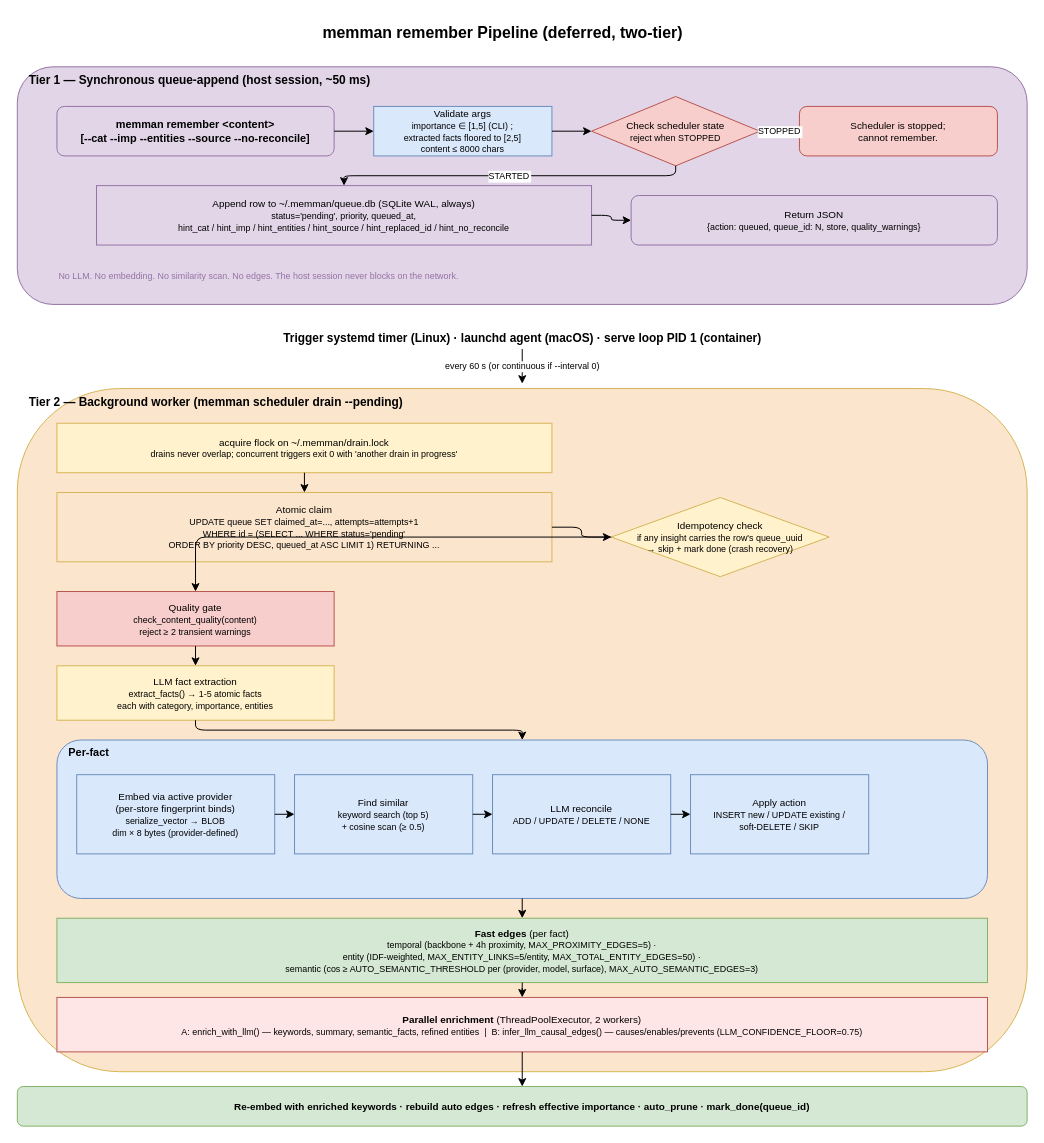
The draw.io diagram docs/diagrams/02-remember-pipeline.drawio in bissli/memman, before the edit. Source tidied: cells renumbered, new cells numbered last; positions are measured from the earlier drawing's top-left corner, leaving out a move shared by most shapes. Both pictures are drawn from the tidied source at 99%, with x=0, y=0 at pixel (17, 17).
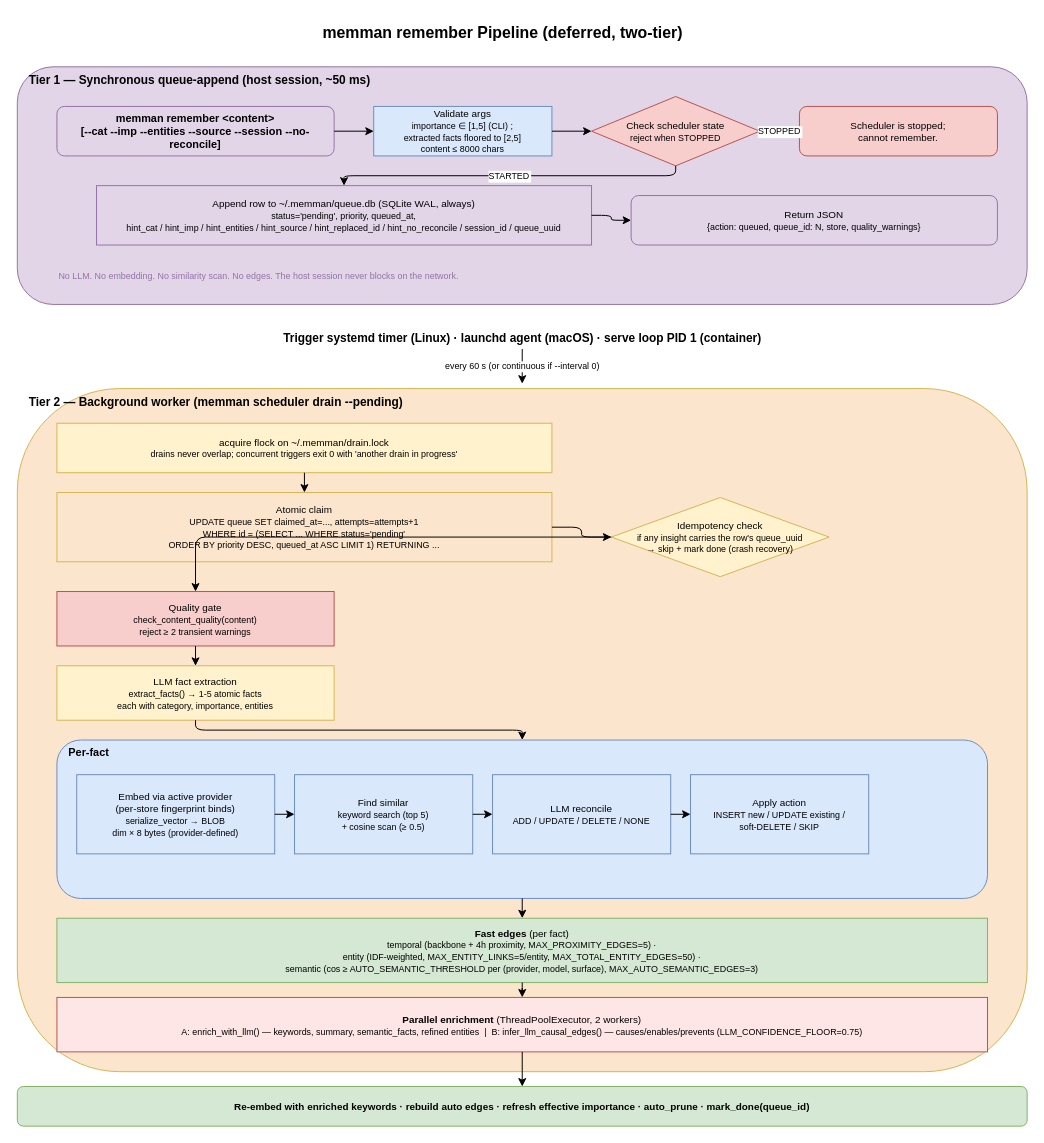
Above is the later version.

Diff of the diagram source:
```diff
@@
-    <mxCell id="4" value="memman remember &amp;lt;content&amp;gt;&lt;br&gt;[--cat --imp --entities --source --no-reconcile]" style="rounded=1;whiteSpace=wrap;html=1;fillColor=#e1d5e7;strokeColor=#9673a6;fontSize=11;fontStyle=1;" parent="1" vertex="1">
+    <mxCell id="4" value="memman remember &amp;lt;content&amp;gt;&lt;br&gt;[--cat --imp --entities --source --session --no-reconcile]" style="rounded=1;whiteSpace=wrap;html=1;fillColor=#e1d5e7;strokeColor=#9673a6;fontSize=11;fontStyle=1;" parent="1" vertex="1">
       <mxGeometry x="40" y="90" width="280" height="50" as="geometry" />
     </mxCell>
@@
-    <mxCell id="8" value="Append row to ~/.memman/queue.db (SQLite WAL, always)&lt;br&gt;&lt;font style=&quot;font-size:9px&quot;&gt;status='pending', priority, queued_at,&lt;br&gt;hint_cat / hint_imp / hint_entities / hint_source / hint_replaced_id / hint_no_reconcile&lt;/font&gt;" style="rounded=0;whiteSpace=wrap;html=1;fillColor=#e1d5e7;strokeColor=#9673a6;fontSize=10;" parent="1" vertex="1">
+    <mxCell id="8" value="Append row to ~/.memman/queue.db (SQLite WAL, always)&lt;br&gt;&lt;font style=&quot;font-size:9px&quot;&gt;status='pending', priority, queued_at,&lt;br&gt;hint_cat / hint_imp / hint_entities / hint_source / hint_replaced_id / hint_no_reconcile / session_id / queue_uuid&lt;/font&gt;" style="rounded=0;whiteSpace=wrap;html=1;fillColor=#e1d5e7;strokeColor=#9673a6;fontSize=10;" parent="1" vertex="1">
       <mxGeometry x="80" y="170" width="500" height="60" as="geometry" />
     </mxCell>
```
